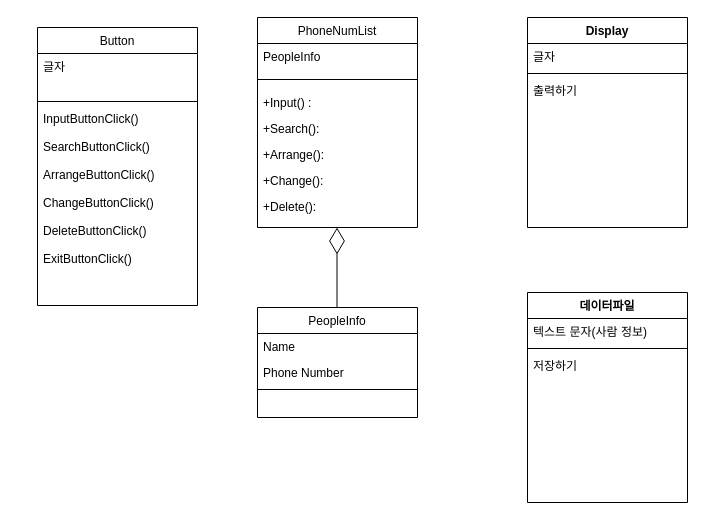
skatld123/PH_list_java keeps this draw.io diagram as 순서도/전화번호부 클래스다이어그램_java.drawio. Above is the earlier version. Source tidied: cells renumbered, new cells numbered last; positions are measured from the earlier drawing's top-left corner, leaving out a move shared by most shapes. Both pictures are drawn from the tidied source at 100%, with x=0, y=0 at pixel (37, 17).
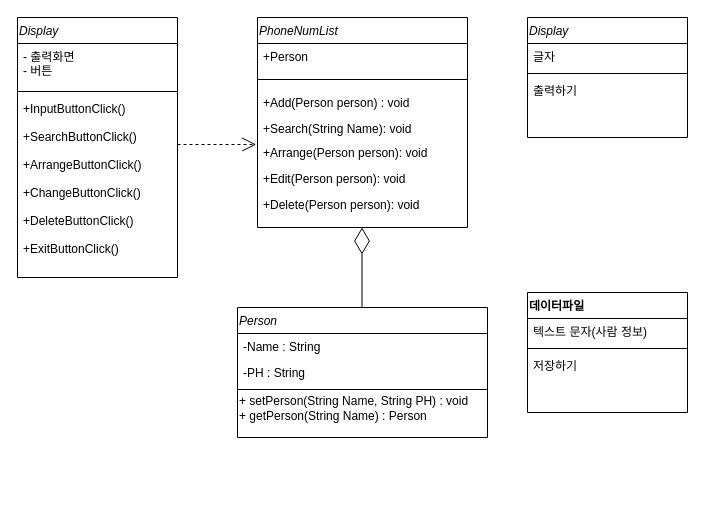
Above is the later version.

Commit message:
전화번호부 클래스다이어그램_java.drawio 업데이트

Change to the diagram source:
```diff
@@
-    <mxCell id="2" value="PhoneNumList" style="swimlane;fontStyle=0;align=center;verticalAlign=top;horizontal=1;startSize=26;rounded=0;shadow=0;strokeWidth=1;" parent="1" vertex="1">
-      <mxGeometry x="220" width="160" height="210" as="geometry" />
+    <mxCell id="2" value="PhoneNumList" style="swimlane;fontStyle=2;align=left;verticalAlign=top;horizontal=1;startSize=26;rounded=0;shadow=0;strokeWidth=1;" parent="1" vertex="1">
+      <mxGeometry x="220" width="210" height="210" as="geometry" />
     </mxCell>
-    <mxCell id="3" value="PeopleInfo" style="text;align=left;verticalAlign=top;spacingLeft=4;spacingRight=4;overflow=hidden;" parent="2" vertex="1">
-      <mxGeometry y="26" width="160" height="26" as="geometry" />
+    <mxCell id="3" value="+Person" style="text;align=left;verticalAlign=top;spacingLeft=4;spacingRight=4;overflow=hidden;" parent="2" vertex="1">
+      <mxGeometry y="26" width="210" height="26" as="geometry" />
     </mxCell>
     <mxCell id="4" style="line;html=1;strokeWidth=1;align=left;verticalAlign=middle;spacingTop=-1;spacingLeft=3;spacingRight=3;labelPosition=right;" parent="2" vertex="1">
-      <mxGeometry y="52" width="160" height="20" as="geometry" />
+      <mxGeometry y="52" width="210" height="20" as="geometry" />
     </mxCell>
-    <mxCell id="5" value="+Input() : " style="text;strokeColor=none;fillColor=none;align=left;verticalAlign=top;spacingLeft=4;spacingRight=4;overflow=hidden;" parent="2" vertex="1">
-      <mxGeometry y="72" width="160" height="26" as="geometry" />
+    <mxCell id="5" value="+Add(Person person) : void" style="text;strokeColor=none;fillColor=none;align=left;verticalAlign=top;spacingLeft=4;spacingRight=4;overflow=hidden;" parent="2" vertex="1">
+      <mxGeometry y="72" width="210" height="26" as="geometry" />
     </mxCell>
-    <mxCell id="6" value="+Search():" style="text;strokeColor=none;fillColor=none;align=left;verticalAlign=top;spacingLeft=4;spacingRight=4;overflow=hidden;" parent="2" vertex="1">
-      <mxGeometry y="98" width="160" height="26" as="geometry" />
+    <mxCell id="6" value="+Search(String Name): void" style="text;strokeColor=none;fillColor=none;align=left;verticalAlign=top;spacingLeft=4;spacingRight=4;overflow=hidden;" parent="2" vertex="1">
+      <mxGeometry y="98" width="210" height="24" as="geometry" />
     </mxCell>
+    <mxCell id="27" style="endArrow=open;endSize=12;dashed=1;html=1;entryX=-0.006;entryY=0.192;entryDx=0;entryDy=0;entryPerimeter=0;" parent="2" edge="1" target="7">
+      <mxGeometry relative="1" as="geometry">
+        <mxPoint x="-80" y="127" as="sourcePoint" />
+      </mxGeometry>
+    </mxCell>
-    <mxCell id="7" value="+Arrange():" style="text;strokeColor=none;fillColor=none;align=left;verticalAlign=top;spacingLeft=4;spacingRight=4;overflow=hidden;points=[[0,0.5],[1,0.5]];portConstraint=eastwest;" parent="2" vertex="1">
-      <mxGeometry y="124" width="160" height="26" as="geometry" />
+    <mxCell id="7" value="+Arrange(Person person): void" style="text;strokeColor=none;fillColor=none;align=left;verticalAlign=top;spacingLeft=4;spacingRight=4;overflow=hidden;points=[[0,0.5],[1,0.5]];portConstraint=eastwest;" parent="2" vertex="1">
+      <mxGeometry y="122" width="210" height="26" as="geometry" />
     </mxCell>
-    <mxCell id="8" value="+Change():" style="text;strokeColor=none;fillColor=none;align=left;verticalAlign=top;spacingLeft=4;spacingRight=4;overflow=hidden;" parent="2" vertex="1">
-      <mxGeometry y="150" width="160" height="26" as="geometry" />
+    <mxCell id="8" value="+Edit(Person person): void" style="text;strokeColor=none;fillColor=none;align=left;verticalAlign=top;spacingLeft=4;spacingRight=4;overflow=hidden;" parent="2" vertex="1">
+      <mxGeometry y="148" width="210" height="26" as="geometry" />
     </mxCell>
-    <mxCell id="9" value="+Delete():" style="text;strokeColor=none;fillColor=none;align=left;verticalAlign=top;spacingLeft=4;spacingRight=4;overflow=hidden;" parent="2" vertex="1">
-      <mxGeometry y="176" width="160" height="26" as="geometry" />
+    <mxCell id="9" value="+Delete(Person person): void" style="text;strokeColor=none;fillColor=none;align=left;verticalAlign=top;spacingLeft=4;spacingRight=4;overflow=hidden;" parent="2" vertex="1">
+      <mxGeometry y="174" width="210" height="26" as="geometry" />
     </mxCell>
-    <mxCell id="10" value="PeopleInfo" style="swimlane;fontStyle=0;align=center;verticalAlign=top;horizontal=1;startSize=26;rounded=0;shadow=0;strokeWidth=1;" parent="1" vertex="1">
-      <mxGeometry x="220" y="290" width="160" height="110" as="geometry" />
+    <mxCell id="10" value="Person" style="swimlane;fontStyle=2;align=left;verticalAlign=top;horizontal=1;startSize=26;rounded=0;shadow=0;strokeWidth=1;" parent="1" vertex="1">
+      <mxGeometry x="200" y="290" width="250" height="130" as="geometry" />
     </mxCell>
-    <mxCell id="11" value="Name" style="text;align=left;verticalAlign=top;spacingLeft=4;spacingRight=4;overflow=hidden;" parent="10" vertex="1">
-      <mxGeometry y="26" width="160" height="26" as="geometry" />
+    <mxCell id="11" value="-Name : String" style="text;align=left;verticalAlign=top;spacingLeft=4;spacingRight=4;overflow=hidden;" parent="10" vertex="1">
+      <mxGeometry y="26" width="250" height="26" as="geometry" />
     </mxCell>
-    <mxCell id="12" value="Phone Number" style="text;align=left;verticalAlign=top;spacingLeft=4;spacingRight=4;overflow=hidden;rounded=0;shadow=0;html=0;" parent="10" vertex="1">
-      <mxGeometry y="52" width="160" height="26" as="geometry" />
+    <mxCell id="12" value="-PH : String" style="text;align=left;verticalAlign=top;spacingLeft=4;spacingRight=4;overflow=hidden;rounded=0;shadow=0;html=0;" parent="10" vertex="1">
+      <mxGeometry y="52" width="250" height="26" as="geometry" />
     </mxCell>
     <mxCell id="13" style="line;html=1;strokeWidth=1;align=left;verticalAlign=middle;spacingTop=-1;spacingLeft=3;spacingRight=3;labelPosition=right;" parent="10" vertex="1">
-      <mxGeometry y="78" width="160" height="8" as="geometry" />
+      <mxGeometry y="78" width="250" height="8" as="geometry" />
     </mxCell>
+    <mxCell id="28" value="+ setPerson(String Name, String PH) : void&lt;br&gt;+ getPerson(String Name) : Person&amp;nbsp;" style="text;html=1;align=left;verticalAlign=middle;" parent="10" vertex="1">
+      <mxGeometry y="86" width="250" height="30" as="geometry" />
+    </mxCell>
-    <mxCell id="14" value="Button" style="swimlane;fontStyle=0;align=center;verticalAlign=top;horizontal=1;startSize=26;" parent="1" vertex="1">
-      <mxGeometry y="10" width="160" height="278" as="geometry" />
+    <mxCell id="14" value="Display" style="swimlane;fontStyle=2;align=left;verticalAlign=top;horizontal=1;startSize=26;" parent="1" vertex="1">
+      <mxGeometry x="-20" width="160" height="260" as="geometry" />
     </mxCell>
-    <mxCell id="15" value="글자&#10;" style="text;strokeColor=none;fillColor=none;align=left;verticalAlign=top;spacingLeft=4;spacingRight=4;overflow=hidden;" parent="14" vertex="1">
+    <mxCell id="15" value="- 출력화면&#10;- 버튼" style="text;strokeColor=none;fillColor=none;align=left;verticalAlign=top;spacingLeft=4;spacingRight=4;overflow=hidden;" parent="14" vertex="1">
       <mxGeometry y="26" width="160" height="44" as="geometry" />
     </mxCell>
@@
-    <mxCell id="17" value="InputButtonClick()&#10;&#10;SearchButtonClick()&#10;&#10;ArrangeButtonClick()&#10;&#10;ChangeButtonClick()&#10;&#10;DeleteButtonClick()&#10;&#10;ExitButtonClick()" style="text;strokeColor=none;fillColor=none;align=left;verticalAlign=top;spacingLeft=4;spacingRight=4;overflow=hidden;" parent="14" vertex="1">
-      <mxGeometry y="78" width="160" height="200" as="geometry" />
-    </mxCell>
+    <mxCell id="29" value="+InputButtonClick()&#10;&#10;+SearchButtonClick()&#10;&#10;+ArrangeButtonClick()&#10;&#10;+ChangeButtonClick()&#10;&#10;+DeleteButtonClick()&#10;&#10;+ExitButtonClick()" style="text;strokeColor=none;fillColor=none;align=left;verticalAlign=top;spacingLeft=4;spacingRight=4;overflow=hidden;" parent="14" vertex="1">
+      <mxGeometry y="78" width="160" height="182" as="geometry" />
+    </mxCell>
     <mxCell id="18" style="endArrow=diamondThin;endFill=0;endSize=24;html=1;" parent="1" edge="1">
       <mxGeometry relative="1" as="geometry">
-        <mxPoint x="299.5" y="290" as="sourcePoint" />
-        <mxPoint x="299.5" y="210" as="targetPoint" />
+        <mxPoint x="324.5" y="290" as="sourcePoint" />
+        <mxPoint x="324.5" y="210" as="targetPoint" />
       </mxGeometry>
     </mxCell>
-    <mxCell id="19" value="Display" style="swimlane;fontStyle=1;align=center;verticalAlign=top;horizontal=1;startSize=26;" parent="1" vertex="1">
-      <mxGeometry x="490" width="160" height="210" as="geometry" />
+    <mxCell id="19" value="Display" style="swimlane;fontStyle=2;align=left;verticalAlign=top;horizontal=1;startSize=26;" parent="1" vertex="1">
+      <mxGeometry x="490" width="160" height="120" as="geometry" />
     </mxCell>
@@
     <mxCell id="22" value="출력하기" style="text;strokeColor=none;fillColor=none;align=left;verticalAlign=top;spacingLeft=4;spacingRight=4;overflow=hidden;" parent="19" vertex="1">
-      <mxGeometry y="60" width="160" height="150" as="geometry" />
+      <mxGeometry y="60" width="160" height="60" as="geometry" />
     </mxCell>
-    <mxCell id="23" value="데이터파일" style="swimlane;fontStyle=1;align=center;verticalAlign=top;horizontal=1;startSize=26;" parent="1" vertex="1">
-      <mxGeometry x="490" y="275" width="160" height="210" as="geometry" />
+    <mxCell id="23" value="데이터파일" style="swimlane;fontStyle=1;align=left;verticalAlign=top;horizontal=1;startSize=26;" parent="1" vertex="1">
+      <mxGeometry x="490" y="275" width="160" height="120" as="geometry" />
     </mxCell>
@@
     <mxCell id="26" value="저장하기" style="text;strokeColor=none;fillColor=none;align=left;verticalAlign=top;spacingLeft=4;spacingRight=4;overflow=hidden;" parent="23" vertex="1">
-      <mxGeometry y="60" width="160" height="150" as="geometry" />
+      <mxGeometry y="60" width="160" height="60" as="geometry" />
     </mxCell>
```
